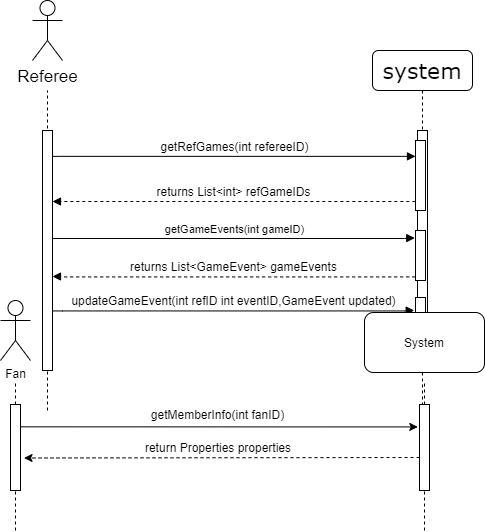
This is doc/use_cases/diagrams/ssd_ref/updateGameEvent.png from Zshoham/Morbis, a draw.io export, as it was before one commit. Source tidied: cells renumbered, new cells last; positions are measured from the earlier drawing's top-left corner, leaving out a move shared by most shapes.
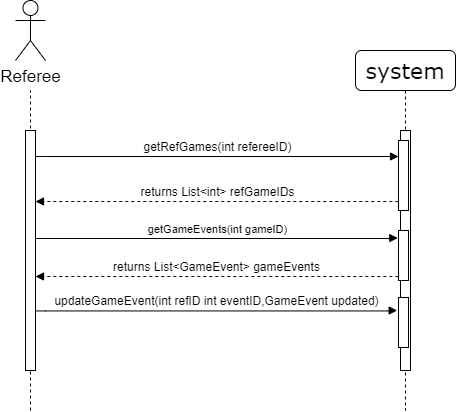
Later version of the same file.

Change to the diagram source:
```diff
@@ -62,51 +62,5 @@
         </Array>
       </mxGeometry>
     </mxCell>
-    <mxCell id="15" value="Fan" style="shape=umlActor;verticalLabelPosition=bottom;labelBackgroundColor=#ffffff;verticalAlign=top;html=1;" parent="1" vertex="1">
-      <mxGeometry y="300" width="30" height="60" as="geometry" />
-    </mxCell>
-    <mxCell id="16" style="endArrow=none;dashed=1;html=1;" parent="1" edge="1" source="17">
-      <mxGeometry relative="1" as="geometry">
-        <mxPoint x="15" y="382" as="targetPoint" />
-      </mxGeometry>
-    </mxCell>
-    <mxCell id="17" style="rounded=0;whiteSpace=wrap;html=1;" parent="1" vertex="1">
-      <mxGeometry x="10" y="404" width="10" height="86" as="geometry" />
-    </mxCell>
-    <mxCell id="18" style="endArrow=none;dashed=1;html=1;" parent="1" edge="1" target="17">
-      <mxGeometry relative="1" as="geometry">
-        <mxPoint x="15" y="530" as="sourcePoint" />
-      </mxGeometry>
-    </mxCell>
-    <mxCell id="19" style="endArrow=none;dashed=1;html=1;" parent="1" edge="1">
-      <mxGeometry relative="1" as="geometry">
-        <mxPoint x="424" y="530" as="sourcePoint" />
-        <mxPoint x="424" y="382" as="targetPoint" />
-      </mxGeometry>
-    </mxCell>
-    <mxCell id="20" style="rounded=0;whiteSpace=wrap;html=1;" parent="1" vertex="1">
-      <mxGeometry x="419" y="404" width="10" height="86" as="geometry" />
-    </mxCell>
-    <mxCell id="21" value="System" style="rounded=1;whiteSpace=wrap;html=1;" parent="1" vertex="1">
-      <mxGeometry x="364" y="312" width="120" height="60" as="geometry" />
-    </mxCell>
-    <mxCell id="22" style="endArrow=classic;html=1;exitX=1.003;exitY=0.097;exitDx=0;exitDy=0;exitPerimeter=0;entryX=-0.172;entryY=0.098;entryDx=0;entryDy=0;entryPerimeter=0;" parent="1" edge="1">
-      <mxGeometry relative="1" as="geometry">
-        <mxPoint x="20" y="426.3" as="sourcePoint" />
-        <mxPoint x="417.3" y="426.4" as="targetPoint" />
-      </mxGeometry>
-    </mxCell>
-    <mxCell id="23" value="getMemberInfo(int fanID)" style="text;html=1;strokeColor=none;fillColor=none;align=center;verticalAlign=middle;whiteSpace=wrap;rounded=0;" parent="1" vertex="1">
-      <mxGeometry x="140" y="404" width="154.5" height="20" as="geometry" />
-    </mxCell>
-    <mxCell id="24" value="return Properties properties" style="text;html=1;strokeColor=none;fillColor=none;align=center;verticalAlign=middle;whiteSpace=wrap;rounded=0;" parent="1" vertex="1">
-      <mxGeometry x="83" y="437" width="270" height="20" as="geometry" />
-    </mxCell>
-    <mxCell id="25" style="endArrow=classic;html=1;dashed=1;exitX=-0.155;exitY=0.254;exitDx=0;exitDy=0;exitPerimeter=0;" parent="1" edge="1">
-      <mxGeometry relative="1" as="geometry">
-        <mxPoint x="419" y="457" as="sourcePoint" />
-        <mxPoint x="23.5" y="457.5" as="targetPoint" />
-      </mxGeometry>
-    </mxCell>
   </root>
 </mxGraphModel>
```
